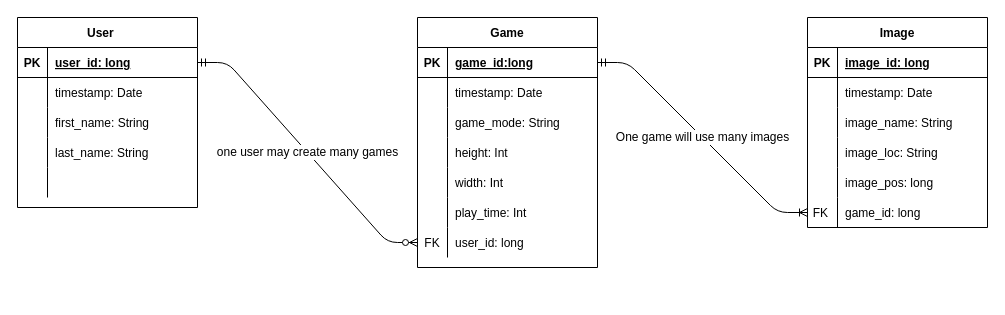
Earlier version of the draw.io diagram docs/work/erd.drawio (ddc-java-13/tile-match). Source tidied: cells renumbered, new cells numbered last; positions are measured from the earlier drawing's top-left corner, leaving out a move shared by most shapes. Both pictures are drawn from the tidied source at 100%, with x=0, y=0 at pixel (17, 17).
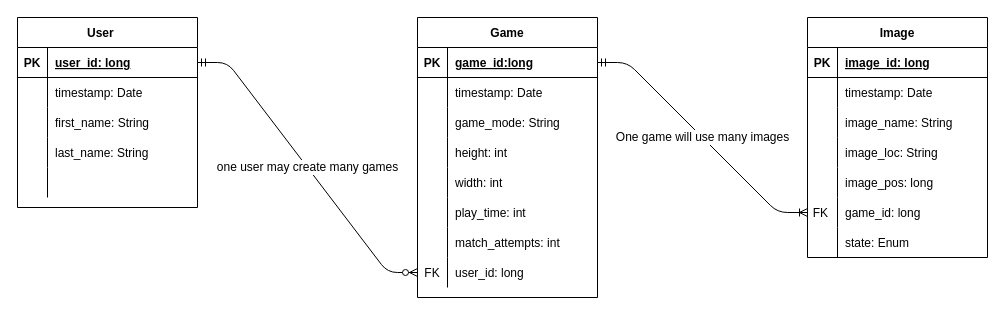
Above is the later version.

The change refers to these unchanged cells:
```xml
<mxCell id="47" style="shape=partialRectangle;fillColor=none;top=0;left=0;bottom=0;right=0;" parent="37" vertex="1">
  <mxGeometry y="120" width="180" height="30" as="geometry" />
</mxCell>
<mxCell id="50" style="shape=partialRectangle;fillColor=none;top=0;left=0;bottom=0;right=0;" parent="37" vertex="1">
  <mxGeometry y="150" width="180" height="30" as="geometry" />
</mxCell>
<mxCell id="53" style="shape=partialRectangle;fillColor=none;top=0;left=0;bottom=0;right=0;" parent="37" vertex="1">
  <mxGeometry y="180" width="180" height="30" as="geometry" />
</mxCell>
```

Change to the diagram source:
```diff
@@
     <mxCell id="18" value="Image" style="shape=table;startSize=30;childLayout=tableLayout;rowLines=0;fontStyle=1;align=center;" parent="1" vertex="1">
-      <mxGeometry x="790" width="180" height="210" as="geometry" />
+      <mxGeometry x="790" width="180" height="240" as="geometry" />
     </mxCell>
@@
+    <mxCell id="61" style="shape=partialRectangle;fillColor=none;top=0;left=0;bottom=0;right=0;" parent="18" vertex="1">
+      <mxGeometry y="210" width="180" height="30" as="geometry" />
+    </mxCell>
+    <mxCell id="62" style="shape=partialRectangle;fillColor=none;top=0;left=0;bottom=0;right=0;overflow=hidden;" parent="61" vertex="1">
+      <mxGeometry width="30" height="30" as="geometry" />
+    </mxCell>
+    <mxCell id="63" value="state: Enum" style="shape=partialRectangle;fillColor=none;top=0;left=0;bottom=0;right=0;align=left;spacingLeft=6;overflow=hidden;" parent="61" vertex="1">
+      <mxGeometry x="30" width="150" height="30" as="geometry" />
+    </mxCell>
     <mxCell id="37" value="Game" style="shape=table;startSize=30;childLayout=tableLayout;rowLines=0;fontStyle=1;align=center;" parent="1" vertex="1">
-      <mxGeometry x="400" width="180" height="250" as="geometry" />
+      <mxGeometry x="400" width="180" height="280" as="geometry" />
     </mxCell>
@@
-    <mxCell id="49" value="height: Int" style="shape=partialRectangle;fillColor=none;top=0;left=0;bottom=0;right=0;align=left;spacingLeft=6;overflow=hidden;" parent="47" vertex="1">
+    <mxCell id="49" value="height: int" style="shape=partialRectangle;fillColor=none;top=0;left=0;bottom=0;right=0;align=left;spacingLeft=6;overflow=hidden;" parent="47" vertex="1">
       <mxGeometry x="30" width="150" height="30" as="geometry" />
     </mxCell>
@@
-    <mxCell id="52" value="width: Int" style="shape=partialRectangle;fillColor=none;top=0;left=0;bottom=0;right=0;align=left;spacingLeft=6;overflow=hidden;" parent="50" vertex="1">
+    <mxCell id="52" value="width: int" style="shape=partialRectangle;fillColor=none;top=0;left=0;bottom=0;right=0;align=left;spacingLeft=6;overflow=hidden;" parent="50" vertex="1">
       <mxGeometry x="30" width="150" height="30" as="geometry" />
     </mxCell>
@@
-    <mxCell id="55" value="play_time: Int" style="shape=partialRectangle;fillColor=none;top=0;left=0;bottom=0;right=0;align=left;spacingLeft=6;overflow=hidden;" parent="53" vertex="1">
+    <mxCell id="55" value="play_time: int" style="shape=partialRectangle;fillColor=none;top=0;left=0;bottom=0;right=0;align=left;spacingLeft=6;overflow=hidden;" parent="53" vertex="1">
       <mxGeometry x="30" width="150" height="30" as="geometry" />
     </mxCell>
+    <mxCell id="64" style="shape=partialRectangle;fillColor=none;top=0;left=0;bottom=0;right=0;" parent="37" vertex="1">
+      <mxGeometry y="210" width="180" height="30" as="geometry" />
+    </mxCell>
+    <mxCell id="65" style="shape=partialRectangle;fillColor=none;top=0;left=0;bottom=0;right=0;overflow=hidden;" parent="64" vertex="1">
+      <mxGeometry width="30" height="30" as="geometry" />
+    </mxCell>
+    <mxCell id="66" value="match_attempts: int" style="shape=partialRectangle;fillColor=none;top=0;left=0;bottom=0;right=0;align=left;spacingLeft=6;overflow=hidden;" parent="64" vertex="1">
+      <mxGeometry x="30" width="150" height="30" as="geometry" />
+    </mxCell>
     <mxCell id="56" style="shape=partialRectangle;fillColor=none;top=0;left=0;bottom=0;right=0;points=[[0,0.5],[1,0.5]];portConstraint=eastwest;" parent="37" vertex="1">
-      <mxGeometry y="210" width="180" height="30" as="geometry" />
+      <mxGeometry y="240" width="180" height="30" as="geometry" />
     </mxCell>
```
